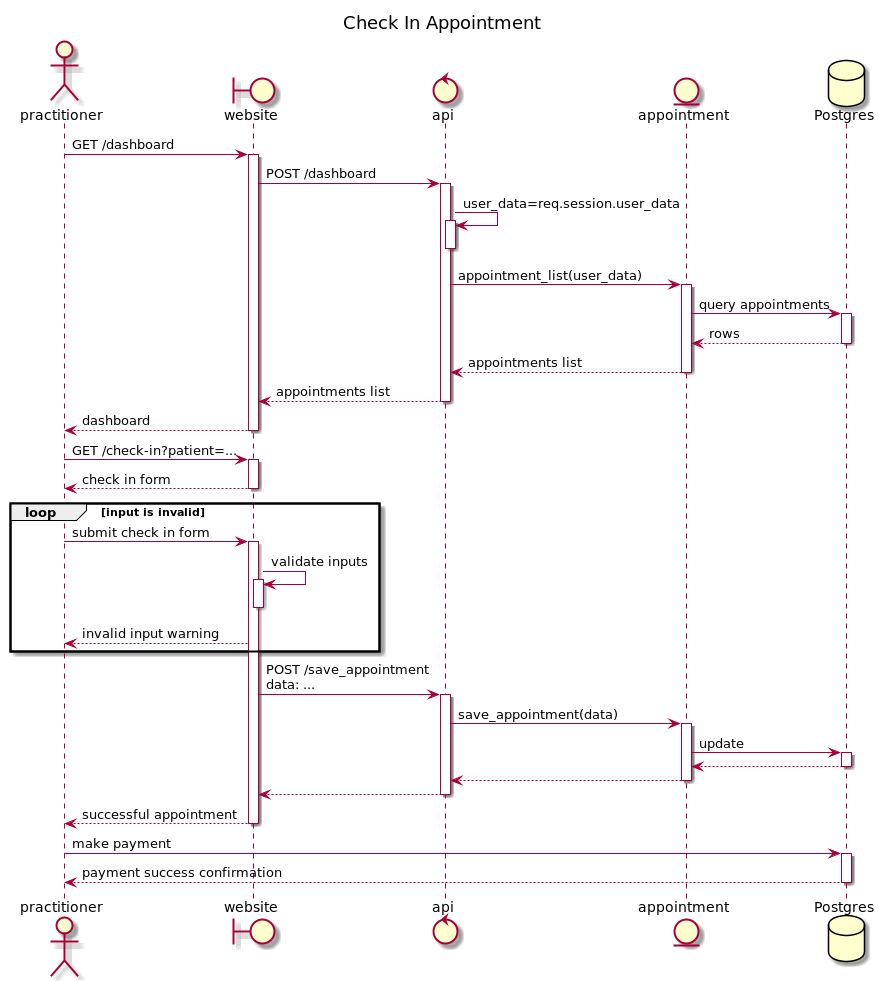
The PlantUML diagram src/client/build/docs/diagrams/out/sequence_checkin_appointment.png in tdnguyen6/hms-PERN, before a commit. Source of this version:
```plantuml
@startuml
title Check In Appointment

actor practitioner as U
boundary website as W
control api
entity appointment as A
database Postgres as P

U -> W+: GET /dashboard
W -> api+: POST /dashboard
api -> api+: user_data=req.session.user_data
api--
api -> A+: appointment_list(user_data)
A -> P+: query appointments
A <-- P: rows
P--
api <-- A: appointments list
A--
W <-- api: appointments list
api--
U <-- W: dashboard
W--
U -> W+: GET /check-in?patient=...
U <-- W-: check in form
loop input is invalid
U -> W+: submit check in form
W -> W+: validate inputs
W--
U <-- W: invalid input warning
end
W -> api+: POST /save_appointment\ndata: ...
api -> A+: save_appointment(data)
A->P+: update
return
return
return
return successful appointment

U -> P++: make payment
return payment success confirmation
@enduml
```
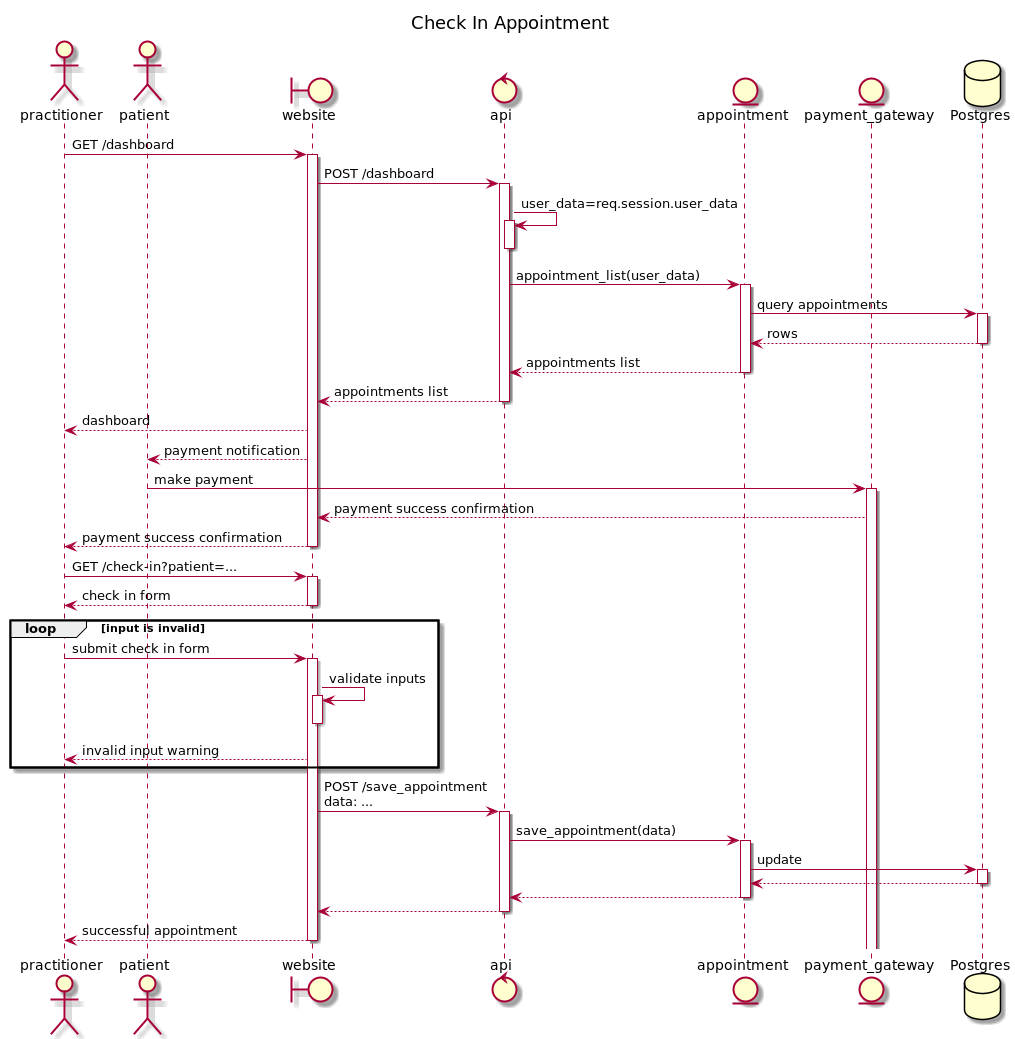
Above is the later version.

The edit, as a diff of the source:
```diff
@@ -2,9 +2,11 @@
 title Check In Appointment
 
 actor practitioner as U
+actor patient as Pt
 boundary website as W
 control api
 entity appointment as A
+entity payment_gateway as G
 database Postgres as P
 
 U -> W+: GET /dashboard
@@ -20,7 +22,12 @@
 W <-- api: appointments list
 api--
 U <-- W: dashboard
-W--
+Pt <-- W: payment notification
+
+Pt -> G++: make payment
+W <-- G: payment success confirmation
+U <-- W--: payment success confirmation
+
 U -> W+: GET /check-in?patient=...
 U <-- W-: check in form
 loop input is invalid
@@ -36,7 +43,4 @@
 return
 return
 return successful appointment
-
-U -> P++: make payment
-return payment success confirmation
 @enduml
```
